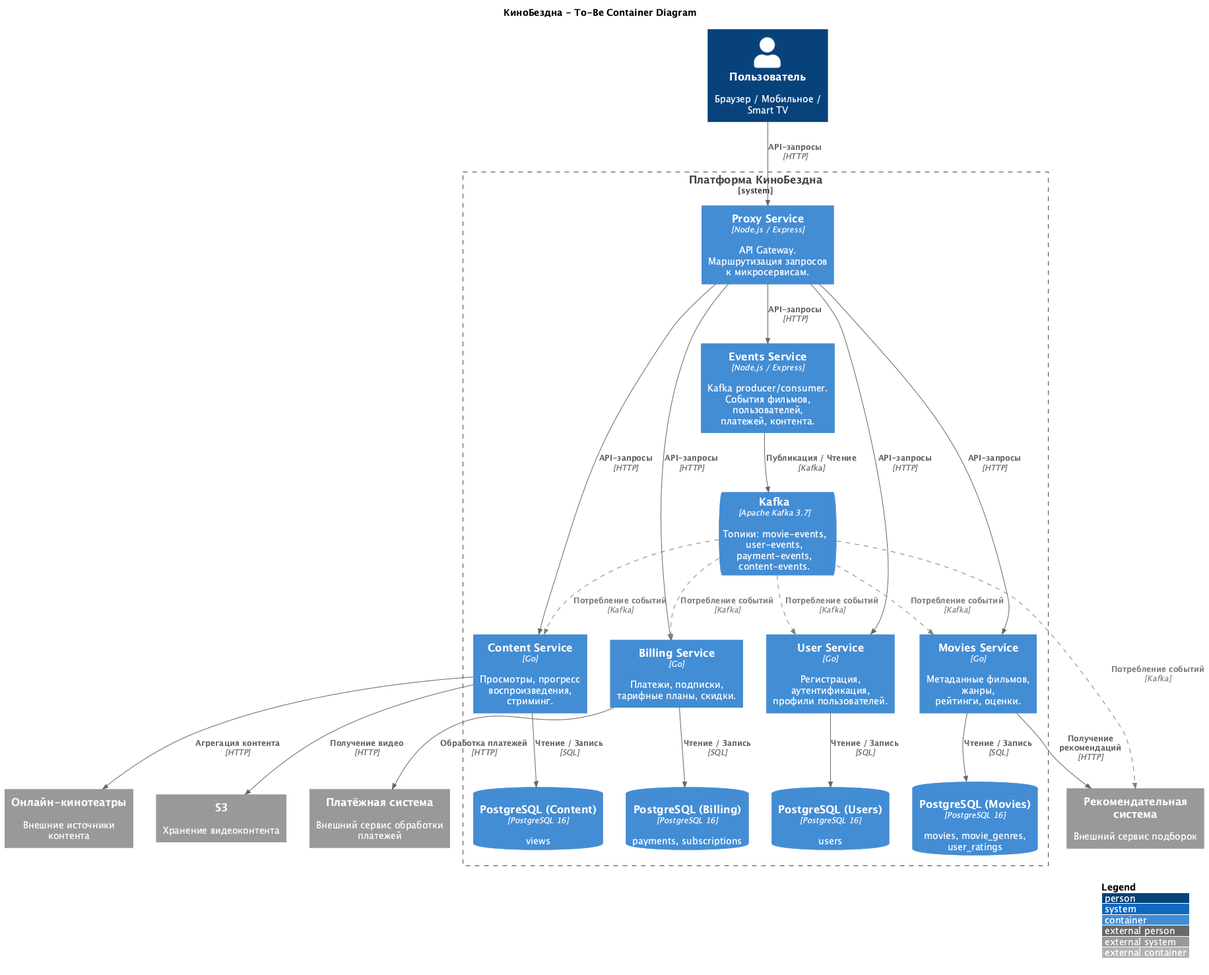
Before: docs/c4-container-diagram.png, a diagram exported from PlantUML (SiritosKon/architecture-cinemaabyss). Its diagram source:
```plantuml
@startuml c4-container-diagram
!include https://raw.githubusercontent.com/plantuml-stdlib/C4-PlantUML/master/C4_Container.puml

LAYOUT_WITH_LEGEND()
LAYOUT_TOP_DOWN()

AddRelTag("future", $lineStyle = DashedLine(), $lineColor = "gray", $textColor = "gray")

title КиноБездна - To-Be Container Diagram

Person(user, "Пользователь", "Браузер / Мобильное / Smart TV")

System_Ext(payment, "Платёжная система", "Внешний сервис обработки платежей")
System_Ext(recsys, "Рекомендательная система", "Внешний сервис подборок")
System_Ext(cinemas, "Онлайн-кинотеатры", "Внешние источники контента")
System_Ext(s3, "S3", "Хранение видеоконтента")

System_Boundary(platform, "Платформа КиноБездна") {

    Container(proxy, "Proxy Service", "Node.js / Express", "API Gateway.\nМаршрутизация запросов\nк микросервисам.")

    Container(users_svc, "User Service", "Go", "Регистрация, аутентификация,\nпрофили пользователей.")
    Container(billing, "Billing Service", "Go", "Платежи, подписки,\nтарифные планы, скидки.")
    Container(movies, "Movies Service", "Go", "Метаданные фильмов, жанры,\nрейтинги, оценки.")
    Container(content, "Content Service", "Go", "Просмотры, прогресс\nвоспроизведения, стриминг.")
    Container(events, "Events Service", "Node.js / Express", "Kafka producer/consumer.\nСобытия фильмов, пользователей,\nплатежей, контента.")

    ContainerDb(postgres_users, "PostgreSQL (Users)", "PostgreSQL 16", "users")
    ContainerDb(postgres_billing, "PostgreSQL (Billing)", "PostgreSQL 16", "payments, subscriptions")
    ContainerDb(postgres_movies, "PostgreSQL (Movies)", "PostgreSQL 16", "movies, movie_genres,\nuser_ratings")
    ContainerDb(postgres_content, "PostgreSQL (Content)", "PostgreSQL 16", "views")

    ContainerQueue(kafka, "Kafka", "Apache Kafka 3.7", "Топики: movie-events,\nuser-events, payment-events,\ncontent-events.")
}

Rel_D(user, proxy, "API-запросы", "HTTP")

Rel_D(proxy, users_svc, "API-запросы", "HTTP")
Rel_D(proxy, billing, "API-запросы", "HTTP")
Rel_D(proxy, movies, "API-запросы", "HTTP")
Rel_D(proxy, content, "API-запросы", "HTTP")
Rel_D(proxy, events, "API-запросы", "HTTP")

Rel_D(users_svc, postgres_users, "Чтение / Запись", "SQL")
Rel_D(billing, postgres_billing, "Чтение / Запись", "SQL")
Rel_D(movies, postgres_movies, "Чтение / Запись", "SQL")
Rel_D(content, postgres_content, "Чтение / Запись", "SQL")

Rel_D(events, kafka, "Публикация / Чтение", "Kafka")

Rel(billing, payment, "Обработка платежей", "HTTP")
Rel(movies, recsys, "Получение рекомендаций", "HTTP")
Rel(content, s3, "Получение видео", "HTTP")
Rel(content, cinemas, "Агрегация контента", "HTTP")

Rel(kafka, users_svc, "Потребление событий", "Kafka", $tags="future")
Rel(kafka, billing, "Потребление событий", "Kafka", $tags="future")
Rel(kafka, content, "Потребление событий", "Kafka", $tags="future")
Rel(kafka, movies, "Потребление событий", "Kafka", $tags="future")
Rel(kafka, recsys, "Потребление событий", "Kafka", $tags="future")

@enduml
```
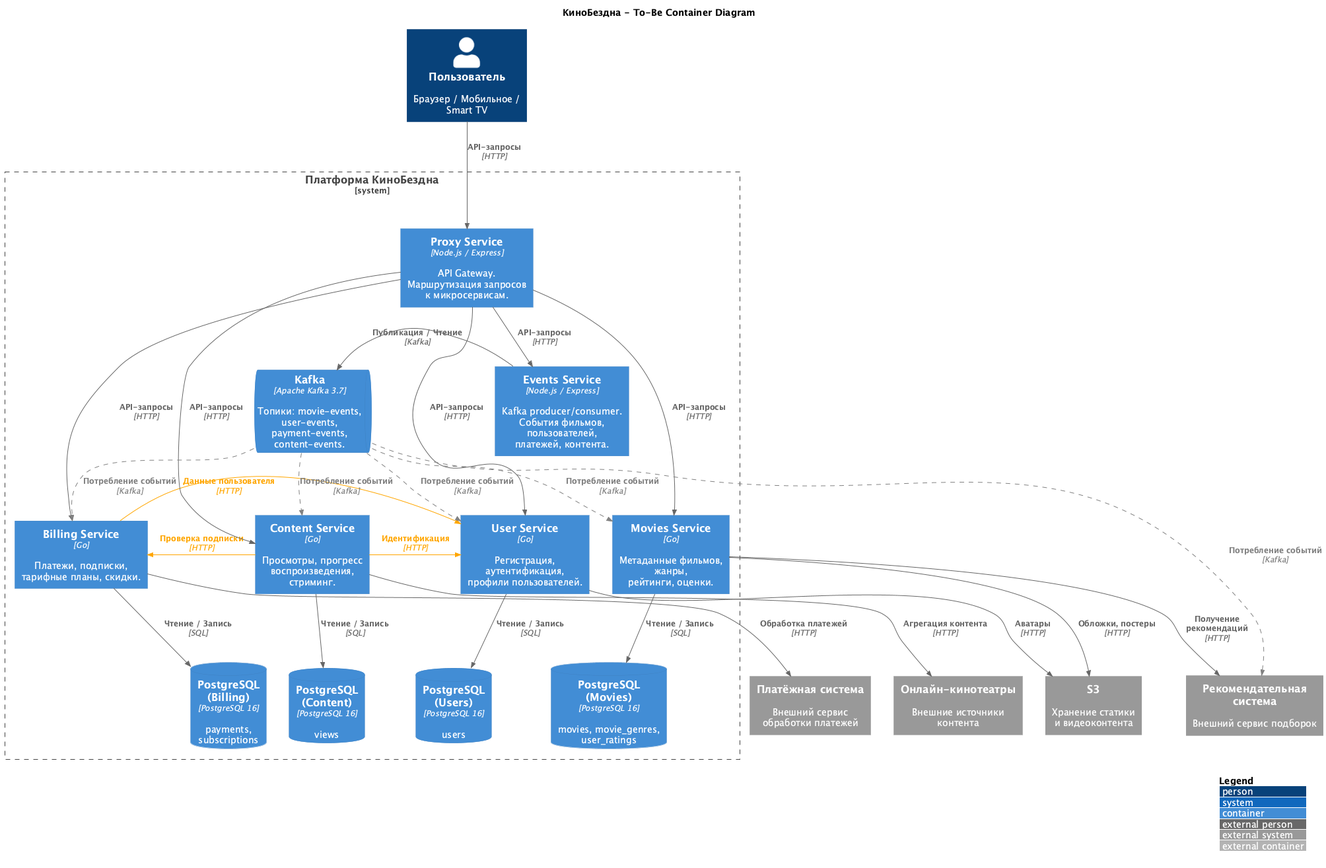
Later version of the same file.

Commit message:
feat: add S3/cinemas links, inter-service dependencies, improve layout

- S3 connected to Movies (posters) and Users (avatars)
- Online cinemas connected to Content Service
- Inter-service deps shown in orange: Content→Billing (subscription check),
  Billing→Users (user data), Content→Users (auth)
- Services aligned in a row with Lay_R hints
- Added inter-service dependencies section to Project_template.md

The edit, as a diff of the source:
```diff
@@ -5,15 +5,16 @@
 LAYOUT_TOP_DOWN()
 
 AddRelTag("future", $lineStyle = DashedLine(), $lineColor = "gray", $textColor = "gray")
+AddRelTag("interservice", $lineColor = "orange", $textColor = "orange")
 
 title КиноБездна - To-Be Container Diagram
 
 Person(user, "Пользователь", "Браузер / Мобильное / Smart TV")
 
-System_Ext(payment, "Платёжная система", "Внешний сервис обработки платежей")
+System_Ext(payment, "Платёжная система", "Внешний сервис\nобработки платежей")
 System_Ext(recsys, "Рекомендательная система", "Внешний сервис подборок")
 System_Ext(cinemas, "Онлайн-кинотеатры", "Внешние источники контента")
-System_Ext(s3, "S3", "Хранение видеоконтента")
+System_Ext(s3, "S3", "Хранение статики\nи видеоконтента")
 
 System_Boundary(platform, "Платформа КиноБездна") {
 
@@ -21,37 +22,50 @@
 
     Container(users_svc, "User Service", "Go", "Регистрация, аутентификация,\nпрофили пользователей.")
     Container(billing, "Billing Service", "Go", "Платежи, подписки,\nтарифные планы, скидки.")
+    Container(content, "Content Service", "Go", "Просмотры, прогресс\nвоспроизведения, стриминг.")
     Container(movies, "Movies Service", "Go", "Метаданные фильмов, жанры,\nрейтинги, оценки.")
-    Container(content, "Content Service", "Go", "Просмотры, прогресс\nвоспроизведения, стриминг.")
+
     Container(events, "Events Service", "Node.js / Express", "Kafka producer/consumer.\nСобытия фильмов, пользователей,\nплатежей, контента.")
+    ContainerQueue(kafka, "Kafka", "Apache Kafka 3.7", "Топики: movie-events,\nuser-events, payment-events,\ncontent-events.")
 
-    ContainerDb(postgres_users, "PostgreSQL (Users)", "PostgreSQL 16", "users")
-    ContainerDb(postgres_billing, "PostgreSQL (Billing)", "PostgreSQL 16", "payments, subscriptions")
-    ContainerDb(postgres_movies, "PostgreSQL (Movies)", "PostgreSQL 16", "movies, movie_genres,\nuser_ratings")
-    ContainerDb(postgres_content, "PostgreSQL (Content)", "PostgreSQL 16", "views")
+    ContainerDb(postgres_users, "PostgreSQL\n(Users)", "PostgreSQL 16", "users")
+    ContainerDb(postgres_billing, "PostgreSQL\n(Billing)", "PostgreSQL 16", "payments,\nsubscriptions")
+    ContainerDb(postgres_content, "PostgreSQL\n(Content)", "PostgreSQL 16", "views")
+    ContainerDb(postgres_movies, "PostgreSQL\n(Movies)", "PostgreSQL 16", "movies, movie_genres,\nuser_ratings")
+}
 
-    ContainerQueue(kafka, "Kafka", "Apache Kafka 3.7", "Топики: movie-events,\nuser-events, payment-events,\ncontent-events.")
-}
+Lay_R(users_svc, billing)
+Lay_R(billing, content)
+Lay_R(content, movies)
+
+Lay_R(postgres_users, postgres_billing)
+Lay_R(postgres_billing, postgres_content)
+Lay_R(postgres_content, postgres_movies)
 
 Rel_D(user, proxy, "API-запросы", "HTTP")
 
 Rel_D(proxy, users_svc, "API-запросы", "HTTP")
 Rel_D(proxy, billing, "API-запросы", "HTTP")
+Rel_D(proxy, content, "API-запросы", "HTTP")
 Rel_D(proxy, movies, "API-запросы", "HTTP")
-Rel_D(proxy, content, "API-запросы", "HTTP")
 Rel_D(proxy, events, "API-запросы", "HTTP")
 
 Rel_D(users_svc, postgres_users, "Чтение / Запись", "SQL")
 Rel_D(billing, postgres_billing, "Чтение / Запись", "SQL")
+Rel_D(content, postgres_content, "Чтение / Запись", "SQL")
 Rel_D(movies, postgres_movies, "Чтение / Запись", "SQL")
-Rel_D(content, postgres_content, "Чтение / Запись", "SQL")
 
-Rel_D(events, kafka, "Публикация / Чтение", "Kafka")
+Rel_R(events, kafka, "Публикация / Чтение", "Kafka")
 
 Rel(billing, payment, "Обработка платежей", "HTTP")
 Rel(movies, recsys, "Получение рекомендаций", "HTTP")
-Rel(content, s3, "Получение видео", "HTTP")
+Rel(movies, s3, "Обложки, постеры", "HTTP")
+Rel(users_svc, s3, "Аватары", "HTTP")
 Rel(content, cinemas, "Агрегация контента", "HTTP")
+
+Rel_L(content, billing, "Проверка подписки", "HTTP", $tags="interservice")
+Rel_L(billing, users_svc, "Данные пользователя", "HTTP", $tags="interservice")
+Rel_L(content, users_svc, "Идентификация", "HTTP", $tags="interservice")
 
 Rel(kafka, users_svc, "Потребление событий", "Kafka", $tags="future")
 Rel(kafka, billing, "Потребление событий", "Kafka", $tags="future")
```
